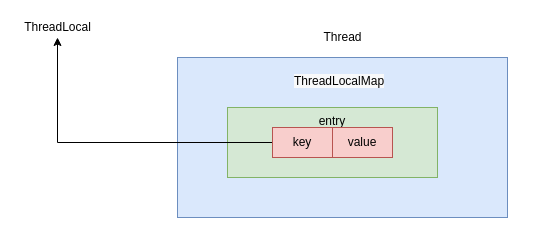
Earlier version of the draw.io diagram page "FastThreadLocal" (3 of 3) of Untitled Diagram.drawio (LinDanDana/LearnALittle). Source tidied: cells renumbered, new cells numbered last; positions are measured from the earlier drawing's top-left corner, leaving out a move shared by most shapes. Both pictures are drawn from the tidied source at 100%, with x=0, y=0 at pixel (17, 17).
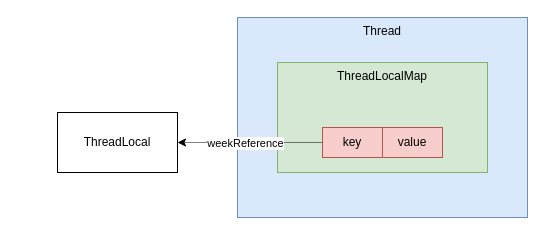
Above is the later version.

Diff of the diagram source:
```diff
@@
 <mxGraphModel>
   <root>
     <mxCell id="0" />
     <mxCell id="1" parent="0" />
-    <mxCell id="2" style="rounded=0;whiteSpace=wrap;html=1;fillColor=#dae8fc;strokeColor=#6c8ebf;" parent="1" vertex="1">
-      <mxGeometry x="160" y="40" width="330" height="160" as="geometry" />
+    <mxCell id="2" value="Thread" style="rounded=0;whiteSpace=wrap;html=1;fillColor=#dae8fc;strokeColor=#6c8ebf;verticalAlign=top;" parent="1" vertex="1">
+      <mxGeometry x="220" width="290" height="200" as="geometry" />
     </mxCell>
-    <mxCell id="3" value="ThreadLocal" style="text;html=1;align=center;verticalAlign=middle;points=[];strokeColor=none;fillColor=none;" parent="1" vertex="1">
-      <mxGeometry width="80" height="20" as="geometry" />
-    </mxCell>
-    <mxCell id="4" value="entry" style="rounded=0;whiteSpace=wrap;html=1;fillColor=#d5e8d4;strokeColor=#82b366;verticalAlign=top;" parent="1" vertex="1">
-      <mxGeometry x="210" y="90" width="210" height="70" as="geometry" />
+    <mxCell id="4" value="&lt;span style=&quot;font-family: &amp;#34;helvetica&amp;#34;&quot;&gt;ThreadLocalMap&lt;/span&gt;" style="rounded=0;whiteSpace=wrap;html=1;fillColor=#d5e8d4;strokeColor=#82b366;verticalAlign=top;" parent="1" vertex="1">
+      <mxGeometry x="260" y="45" width="210" height="110" as="geometry" />
     </mxCell>
-    <mxCell id="5" style="edgeStyle=orthogonalEdgeStyle;rounded=0;jettySize=auto;html=1;" parent="1" edge="1" source="6" target="3">
+    <mxCell id="5" style="edgeStyle=orthogonalEdgeStyle;rounded=0;jettySize=auto;html=1;dashed=1;dashPattern=1 1;" parent="1" edge="1" source="6" target="3">
       <mxGeometry relative="1" as="geometry" />
     </mxCell>
+    <mxCell id="10" value="weekReference" style="edgeLabel;html=1;align=center;verticalAlign=middle;" parent="5" vertex="1">
+      <mxGeometry x="0.08" relative="1" as="geometry" />
+    </mxCell>
     <mxCell id="6" value="key" style="rounded=0;whiteSpace=wrap;html=1;fillColor=#f8cecc;strokeColor=#b85450;" parent="1" vertex="1">
-      <mxGeometry x="255" y="110" width="60" height="30" as="geometry" />
+      <mxGeometry x="305" y="110" width="60" height="30" as="geometry" />
     </mxCell>
     <mxCell id="7" value="value" style="rounded=0;whiteSpace=wrap;html=1;fillColor=#f8cecc;strokeColor=#b85450;" parent="1" vertex="1">
-      <mxGeometry x="315" y="110" width="60" height="30" as="geometry" />
+      <mxGeometry x="365" y="110" width="60" height="30" as="geometry" />
     </mxCell>
-    <mxCell id="8" value="&lt;span style=&quot;color: rgb(0, 0, 0); font-family: helvetica; font-size: 12px; font-style: normal; font-weight: 400; letter-spacing: normal; text-align: center; text-indent: 0px; text-transform: none; word-spacing: 0px; background-color: rgb(248, 249, 250); display: inline; float: none;&quot;&gt;ThreadLocalMap&lt;/span&gt;" style="text;whiteSpace=wrap;html=1;" parent="1" vertex="1">
-      <mxGeometry x="275" y="50" width="120" height="30" as="geometry" />
-    </mxCell>
-    <mxCell id="9" value="Thread&lt;br&gt;" style="text;html=1;align=center;verticalAlign=middle;strokeColor=none;fillColor=none;" parent="1" vertex="1">
-      <mxGeometry x="300" y="10" width="50" height="20" as="geometry" />
-    </mxCell>
+    <mxCell id="3" value="ThreadLocal" style="rounded=0;whiteSpace=wrap;html=1;" parent="1" vertex="1">
+      <mxGeometry x="40" y="95" width="120" height="60" as="geometry" />
+    </mxCell>
   </root>
 </mxGraphModel>
```
